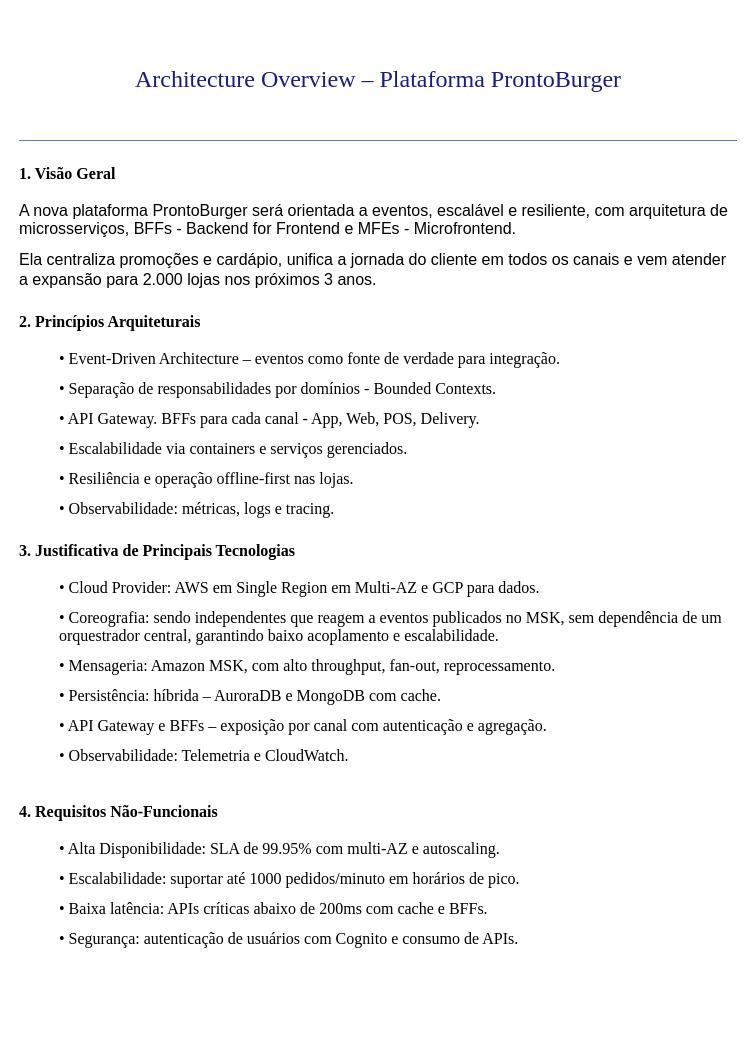
Rogpe-Prog/PBurger-Case keeps this draw.io diagram as page "PB - Doc. de Arq." (7 of 9) of Final-ProntoBurger.drawio.xml. Above is the earlier version. Source tidied: cells renumbered, new cells numbered last; positions are measured from the earlier drawing's top-left corner, leaving out a move shared by most shapes. Both pictures are drawn from the tidied source at 100%, with x=0, y=0 at pixel (17, 17).
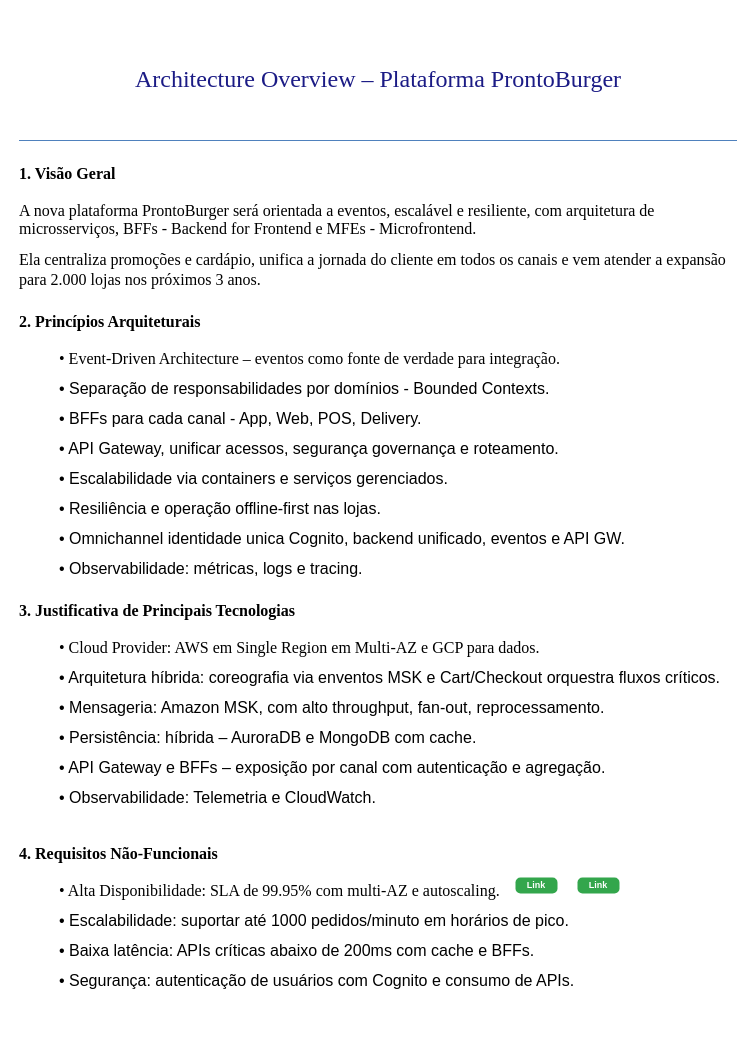
The same page after the edit.

What changed in the source:
```diff
@@
 <mxGraphModel>
   <root>
     <mxCell id="0" />
     <mxCell id="1" parent="0" />
-    <mxCell id="2" value="&lt;div style=&quot;mso-element:para-border-div;border:none;border-bottom:solid #4F81BD 1.0pt;&lt;br/&gt;mso-border-bottom-themecolor:accent1;padding:0cm 0cm 4.0pt 0cm&quot;&gt;&lt;br&gt;&lt;br&gt;&lt;p style=&quot;text-align: center;&quot; class=&quot;MsoTitle&quot;&gt;&lt;span style=&quot;font-family: &amp;quot;Times New Roman&amp;quot;, serif;&quot;&gt;&lt;font style=&quot;font-size: 24px;&quot; color=&quot;#1b1b85&quot;&gt;Architecture Overview – Plataforma ProntoBurger&lt;/font&gt;&lt;/span&gt;&lt;/p&gt;&lt;br&gt;&lt;br&gt;&lt;/div&gt;&lt;h1&gt;&lt;span style=&quot;font-size:12.0pt;line-height:115%;font-family:&amp;quot;Times New Roman&amp;quot;,serif;&lt;br/&gt;mso-ansi-language:PT-BR&quot;&gt;1. Visão Geral&lt;/span&gt;&lt;/h1&gt;&lt;p class=&quot;MsoNormal&quot;&gt;&lt;span style=&quot;font-size:12.0pt;line-height:115%;font-family:&lt;br/&gt;&amp;quot;Times New Roman&amp;quot;,serif;mso-ansi-language:PT-BR&quot;&gt;A nova plataforma ProntoBurger&amp;nbsp;será orientada a eventos, escalável e resiliente, com arquitetura de&lt;br&gt;microsserviços, BFFs - Backend for Frontend e MFEs - Microfrontend.&amp;nbsp;&lt;/span&gt;&lt;/p&gt;&lt;p class=&quot;MsoNormal&quot;&gt;&lt;span style=&quot;font-size:12.0pt;line-height:115%;font-family:&lt;br/&gt;&amp;quot;Times New Roman&amp;quot;,serif;mso-ansi-language:PT-BR&quot;&gt;Ela&amp;nbsp;centraliza promoções e cardápio,&amp;nbsp;&lt;/span&gt;&lt;span style=&quot;font-size: 12pt; background-color: initial;&quot;&gt;unifica a jornada do cliente em todos os&amp;nbsp;&lt;/span&gt;&lt;span style=&quot;font-size: 12pt; background-color: initial;&quot;&gt;canais e vem atender a expansão para 2.000 lojas nos próximos 3 anos.&lt;/span&gt;&lt;/p&gt;&lt;h1&gt;&lt;span style=&quot;font-size:12.0pt;line-height:115%;font-family:&amp;quot;Times New Roman&amp;quot;,serif;&lt;br/&gt;mso-ansi-language:PT-BR&quot;&gt;2. Princípios Arquiteturais&lt;/span&gt;&lt;/h1&gt;&lt;blockquote style=&quot;margin: 0 0 0 40px; border: none; padding: 0px;&quot;&gt;&lt;p class=&quot;MsoNormal&quot; style=&quot;margin-bottom:0cm;line-height:normal&quot;&gt;&lt;span style=&quot;font-size:12.0pt;font-family:&amp;quot;Times New Roman&amp;quot;,serif;mso-ansi-language:&lt;br/&gt;PT-BR&quot;&gt;• Event-Driven Architecture – eventos como fonte de verdade para&amp;nbsp;integração.&lt;/span&gt;&lt;/p&gt;&lt;p class=&quot;MsoNormal&quot; style=&quot;margin-bottom:0cm;line-height:normal&quot;&gt;&lt;span style=&quot;font-size:12.0pt;font-family:&amp;quot;Times New Roman&amp;quot;,serif;mso-ansi-language:&lt;br/&gt;PT-BR&quot;&gt;• Separação de responsabilidades por domínios - Bounded Contexts.&lt;/span&gt;&lt;/p&gt;&lt;p class=&quot;MsoNormal&quot; style=&quot;margin-bottom:0cm;line-height:normal&quot;&gt;&lt;span style=&quot;font-size:12.0pt;font-family:&amp;quot;Times New Roman&amp;quot;,serif;mso-ansi-language:&lt;br/&gt;PT-BR&quot;&gt;• API Gateway. BFFs para cada canal - App, Web, POS, Delivery.&lt;/span&gt;&lt;/p&gt;&lt;p class=&quot;MsoNormal&quot; style=&quot;margin-bottom:0cm;line-height:normal&quot;&gt;&lt;span style=&quot;font-size:12.0pt;font-family:&amp;quot;Times New Roman&amp;quot;,serif;mso-ansi-language:&lt;br/&gt;PT-BR&quot;&gt;• Escalabilidade via containers e serviços gerenciados.&lt;/span&gt;&lt;/p&gt;&lt;p class=&quot;MsoNormal&quot; style=&quot;margin-bottom:0cm;line-height:normal&quot;&gt;&lt;span style=&quot;font-size:12.0pt;font-family:&amp;quot;Times New Roman&amp;quot;,serif;mso-ansi-language:&lt;br/&gt;PT-BR&quot;&gt;• Resiliência e operação offline-first nas lojas.&lt;/span&gt;&lt;/p&gt;&lt;p class=&quot;MsoNormal&quot; style=&quot;margin-bottom:0cm;line-height:normal&quot;&gt;&lt;span style=&quot;font-size:12.0pt;font-family:&amp;quot;Times New Roman&amp;quot;,serif;mso-ansi-language:&lt;br/&gt;PT-BR&quot;&gt;• Observabilidade: métricas, logs e tracing.&lt;/span&gt;&lt;/p&gt;&lt;/blockquote&gt;&lt;h1&gt;&lt;span style=&quot;font-size:12.0pt;line-height:115%;font-family:&amp;quot;Times New Roman&amp;quot;,serif;&lt;br/&gt;mso-ansi-language:PT-BR&quot;&gt;3. Justificativa de Principais Tecnologias&lt;/span&gt;&lt;/h1&gt;&lt;blockquote style=&quot;margin: 0 0 0 40px; border: none; padding: 0px;&quot;&gt;&lt;p class=&quot;MsoNormal&quot; style=&quot;margin-bottom:0cm;line-height:normal&quot;&gt;&lt;span style=&quot;font-size:12.0pt;font-family:&amp;quot;Times New Roman&amp;quot;,serif;mso-ansi-language:&lt;br/&gt;PT-BR&quot;&gt;• Cloud Provider: AWS em Single Region em Multi-AZ e GCP para dados.&lt;/span&gt;&lt;/p&gt;&lt;p class=&quot;MsoNormal&quot; style=&quot;margin-bottom:0cm;line-height:normal&quot;&gt;&lt;span style=&quot;font-family: &amp;quot;Times New Roman&amp;quot;, serif; font-size: 16px;&quot;&gt;•&amp;nbsp;&lt;/span&gt;&lt;span style=&quot;font-family: &amp;quot;Times New Roman&amp;quot;, serif; font-size: 16px;&quot;&gt;Coreografia: sendo independentes que reagem a eventos publicados no MSK, sem dependência de um orquestrador central, garantindo baixo acoplamento e escalabilidade.&lt;/span&gt;&lt;span style=&quot;font-family: &amp;quot;Times New Roman&amp;quot;, serif; font-size: 16px;&quot;&gt;&amp;nbsp;&lt;/span&gt;&lt;span style=&quot;font-size:12.0pt;font-family:&amp;quot;Times New Roman&amp;quot;,serif;mso-ansi-language:&lt;br/&gt;PT-BR&quot;&gt;&lt;br&gt;&lt;/span&gt;&lt;/p&gt;&lt;p class=&quot;MsoNormal&quot; style=&quot;margin-bottom:0cm;line-height:normal&quot;&gt;&lt;span lang=&quot;EN-US&quot; style=&quot;font-size:12.0pt;font-family:&amp;quot;Times New Roman&amp;quot;,serif&quot;&gt;•&amp;nbsp;Mensageria: Amazon MSK, com alto throughput, fan-out, reprocessamento.&lt;/span&gt;&lt;/p&gt;&lt;p class=&quot;MsoNormal&quot; style=&quot;margin-bottom:0cm;line-height:normal&quot;&gt;&lt;span style=&quot;font-size:12.0pt;font-family:&amp;quot;Times New Roman&amp;quot;,serif;mso-ansi-language:&lt;br/&gt;PT-BR&quot;&gt;• Persistência: híbrida – AuroraDB e MongoDB com cache.&lt;/span&gt;&lt;/p&gt;&lt;p class=&quot;MsoNormal&quot; style=&quot;margin-bottom:0cm;line-height:normal&quot;&gt;&lt;span style=&quot;font-size:12.0pt;font-family:&amp;quot;Times New Roman&amp;quot;,serif;mso-ansi-language:&lt;br/&gt;PT-BR&quot;&gt;• API Gateway e BFFs – exposição por canal com autenticação e agregação.&lt;/span&gt;&lt;/p&gt;&lt;p class=&quot;MsoNormal&quot; style=&quot;margin-bottom:0cm;line-height:normal&quot;&gt;&lt;span style=&quot;font-size:12.0pt;font-family:&amp;quot;Times New Roman&amp;quot;,serif;mso-ansi-language:&lt;br/&gt;PT-BR&quot;&gt;• Observabilidade: Telemetria e CloudWatch.&amp;nbsp;&lt;/span&gt;&lt;/p&gt;&lt;/blockquote&gt;&lt;br&gt;&lt;h1&gt;&lt;span style=&quot;font-size:12.0pt;line-height:115%;font-family:&amp;quot;Times New Roman&amp;quot;,serif;&lt;br/&gt;mso-ansi-language:PT-BR&quot;&gt;4. Requisitos Não-Funcionais&lt;/span&gt;&lt;/h1&gt;&lt;blockquote style=&quot;margin: 0 0 0 40px; border: none; padding: 0px;&quot;&gt;&lt;p class=&quot;MsoNormal&quot; style=&quot;margin-bottom:0cm;line-height:normal&quot;&gt;&lt;span style=&quot;font-size:12.0pt;font-family:&amp;quot;Times New Roman&amp;quot;,serif;mso-ansi-language:&lt;br/&gt;PT-BR&quot;&gt;• Alta Disponibilidade: SLA de 99.95% com multi-AZ e autoscaling.&lt;/span&gt;&lt;/p&gt;&lt;p class=&quot;MsoNormal&quot; style=&quot;margin-bottom:0cm;line-height:normal&quot;&gt;&lt;span style=&quot;font-size:12.0pt;font-family:&amp;quot;Times New Roman&amp;quot;,serif;mso-ansi-language:&lt;br/&gt;PT-BR&quot;&gt;• Escalabilidade: suportar até 1000 pedidos/minuto em horários de pico.&lt;/span&gt;&lt;/p&gt;&lt;p class=&quot;MsoNormal&quot; style=&quot;margin-bottom:0cm;line-height:normal&quot;&gt;&lt;span style=&quot;font-size:12.0pt;font-family:&amp;quot;Times New Roman&amp;quot;,serif;mso-ansi-language:&lt;br/&gt;PT-BR&quot;&gt;• Baixa latência: APIs críticas abaixo de 200ms com cache e BFFs.&lt;/span&gt;&lt;/p&gt;&lt;p class=&quot;MsoNormal&quot; style=&quot;margin-bottom:0cm;line-height:normal&quot;&gt;&lt;span style=&quot;font-size:12.0pt;font-family:&amp;quot;Times New Roman&amp;quot;,serif;mso-ansi-language:&lt;br/&gt;PT-BR&quot;&gt;• Segurança: autenticação de usuários com Cognito e consumo de APIs&lt;/span&gt;&lt;span style=&quot;font-family: &amp;quot;Times New Roman&amp;quot;, serif; font-size: 12pt; background-color: initial;&quot;&gt;.&lt;/span&gt;&lt;/p&gt;&lt;/blockquote&gt;" style="text;html=1;align=left;verticalAlign=top;whiteSpace=wrap;rounded=0;fillColor=default;" parent="1" vertex="1">
-      <mxGeometry width="720" height="960" as="geometry" />
+    <mxCell id="2" value="&lt;div style=&quot;mso-element:para-border-div;border:none;border-bottom:solid #4F81BD 1.0pt;&lt;br/&gt;mso-border-bottom-themecolor:accent1;padding:0cm 0cm 4.0pt 0cm&quot;&gt;&lt;br&gt;&lt;br&gt;&lt;p style=&quot;text-align: center;&quot; class=&quot;MsoTitle&quot;&gt;&lt;font face=&quot;Times New Roman&quot; style=&quot;font-size: 24px;&quot; color=&quot;#1b1b85&quot;&gt;Architecture Overview – Plataforma ProntoBurger&lt;/font&gt;&lt;/p&gt;&lt;br&gt;&lt;br&gt;&lt;/div&gt;&lt;h1&gt;&lt;span style=&quot;font-size:12.0pt;line-height:115%;font-family:&amp;quot;Times New Roman&amp;quot;,serif;&lt;br/&gt;mso-ansi-language:PT-BR&quot;&gt;1. Visão Geral&lt;/span&gt;&lt;/h1&gt;&lt;p class=&quot;MsoNormal&quot;&gt;&lt;span style=&quot;font-size:12.0pt;line-height:115%;font-family:&lt;br/&gt;&amp;quot;Times New Roman&amp;quot;,serif;mso-ansi-language:PT-BR&quot;&gt;&lt;font face=&quot;Times New Roman&quot;&gt;A nova plataforma ProntoBurger&amp;nbsp;será orientada a eventos, escalável e resiliente, com arquitetura de&lt;br&gt;microsserviços, BFFs - Backend for Frontend e MFEs - Microfrontend.&amp;nbsp;&lt;/font&gt;&lt;/span&gt;&lt;/p&gt;&lt;p class=&quot;MsoNormal&quot;&gt;&lt;font face=&quot;Times New Roman&quot;&gt;&lt;span style=&quot;font-size:12.0pt;line-height:115%;font-family:&lt;br/&gt;&amp;quot;Times New Roman&amp;quot;,serif;mso-ansi-language:PT-BR&quot;&gt;Ela&amp;nbsp;centraliza promoções e cardápio,&amp;nbsp;&lt;/span&gt;&lt;span style=&quot;font-size: 12pt; background-color: initial;&quot;&gt;unifica a jornada do cliente em todos os&amp;nbsp;&lt;/span&gt;&lt;span style=&quot;font-size: 12pt; background-color: initial;&quot;&gt;canais e vem atender a expansão para 2.000 lojas nos próximos 3 anos.&lt;/span&gt;&lt;/font&gt;&lt;/p&gt;&lt;h1&gt;&lt;span style=&quot;font-size:12.0pt;line-height:115%;font-family:&amp;quot;Times New Roman&amp;quot;,serif;&lt;br/&gt;mso-ansi-language:PT-BR&quot;&gt;2. Princípios Arquiteturais&lt;/span&gt;&lt;/h1&gt;&lt;blockquote style=&quot;margin: 0 0 0 40px; border: none; padding: 0px;&quot;&gt;&lt;p class=&quot;MsoNormal&quot; style=&quot;margin-bottom:0cm;line-height:normal&quot;&gt;&lt;span style=&quot;font-size: 12pt;&quot;&gt;&lt;font face=&quot;Times New Roman&quot;&gt;• Event-Driven Architecture – eventos como fonte de verdade para&amp;nbsp;integração.&lt;/font&gt;&lt;/span&gt;&lt;/p&gt;&lt;p class=&quot;MsoNormal&quot; style=&quot;margin-bottom:0cm;line-height:normal&quot;&gt;&lt;span style=&quot;font-size: 12pt;&quot;&gt;&lt;font face=&quot;nCUvJubYlumdIiB8QYgP&quot;&gt;• Separação de responsabilidades por domínios - Bounded Contexts.&lt;/font&gt;&lt;/span&gt;&lt;/p&gt;&lt;p class=&quot;MsoNormal&quot; style=&quot;margin-bottom:0cm;line-height:normal&quot;&gt;&lt;span style=&quot;font-size: 12pt;&quot;&gt;&lt;font face=&quot;nCUvJubYlumdIiB8QYgP&quot;&gt;• BFFs para cada canal - App, Web, POS, Delivery.&lt;/font&gt;&lt;/span&gt;&lt;/p&gt;&lt;p class=&quot;MsoNormal&quot; style=&quot;margin-bottom:0cm;line-height:normal&quot;&gt;&lt;span style=&quot;font-family: nCUvJubYlumdIiB8QYgP; font-size: 16px;&quot;&gt;• API Gateway, unificar acessos, segurança governança e roteamento.&lt;/span&gt;&lt;span style=&quot;font-size: 12pt;&quot;&gt;&lt;font face=&quot;nCUvJubYlumdIiB8QYgP&quot;&gt;&lt;br&gt;&lt;/font&gt;&lt;/span&gt;&lt;/p&gt;&lt;p class=&quot;MsoNormal&quot; style=&quot;margin-bottom:0cm;line-height:normal&quot;&gt;&lt;span style=&quot;font-size: 12pt;&quot;&gt;&lt;font face=&quot;nCUvJubYlumdIiB8QYgP&quot;&gt;• Escalabilidade via containers e serviços gerenciados.&lt;/font&gt;&lt;/span&gt;&lt;/p&gt;&lt;p class=&quot;MsoNormal&quot; style=&quot;margin-bottom:0cm;line-height:normal&quot;&gt;&lt;span style=&quot;font-size: 12pt;&quot;&gt;&lt;font face=&quot;nCUvJubYlumdIiB8QYgP&quot;&gt;• Resiliência e operação offline-first nas lojas.&lt;/font&gt;&lt;/span&gt;&lt;/p&gt;&lt;p class=&quot;MsoNormal&quot; style=&quot;margin-bottom:0cm;line-height:normal&quot;&gt;&lt;font face=&quot;nCUvJubYlumdIiB8QYgP&quot;&gt;&lt;span style=&quot;font-size: 16px;&quot;&gt;• Omnichannel identidade unica Cognito, backend unificado, eventos e API GW.&lt;/span&gt;&lt;span style=&quot;font-size: 12pt;&quot;&gt;&lt;br&gt;&lt;/span&gt;&lt;/font&gt;&lt;/p&gt;&lt;p class=&quot;MsoNormal&quot; style=&quot;margin-bottom:0cm;line-height:normal&quot;&gt;&lt;span style=&quot;font-size: 12pt;&quot;&gt;&lt;font face=&quot;nCUvJubYlumdIiB8QYgP&quot;&gt;• Observabilidade: métricas, logs e tracing.&lt;/font&gt;&lt;/span&gt;&lt;/p&gt;&lt;/blockquote&gt;&lt;h1&gt;&lt;span style=&quot;font-size:12.0pt;line-height:115%;font-family:&amp;quot;Times New Roman&amp;quot;,serif;&lt;br/&gt;mso-ansi-language:PT-BR&quot;&gt;3. Justificativa de Principais Tecnologias&lt;/span&gt;&lt;/h1&gt;&lt;blockquote style=&quot;margin: 0 0 0 40px; border: none; padding: 0px;&quot;&gt;&lt;p class=&quot;MsoNormal&quot; style=&quot;margin-bottom:0cm;line-height:normal&quot;&gt;&lt;span style=&quot;font-size: 12pt;&quot;&gt;&lt;font face=&quot;Times New Roman&quot;&gt;• Cloud Provider: AWS em Single Region em Multi-AZ e GCP para dados.&lt;/font&gt;&lt;/span&gt;&lt;/p&gt;&lt;p class=&quot;MsoNormal&quot; style=&quot;margin-bottom:0cm;line-height:normal&quot;&gt;&lt;font face=&quot;kUVHQzFWj4FmgqV7U_yU&quot;&gt;&lt;span style=&quot;font-size: 16px;&quot;&gt;• Arquitetura híbrida: c&lt;/span&gt;&lt;span style=&quot;font-size: 16px;&quot;&gt;oreografia via enventos MSK e Cart/Checkout orquestra fluxos críticos.&lt;/span&gt;&lt;span style=&quot;font-size: 16px;&quot;&gt;&amp;nbsp;&lt;/span&gt;&lt;span style=&quot;font-size: 12pt;&quot;&gt;&lt;br&gt;&lt;/span&gt;&lt;/font&gt;&lt;/p&gt;&lt;p class=&quot;MsoNormal&quot; style=&quot;margin-bottom:0cm;line-height:normal&quot;&gt;&lt;span lang=&quot;EN-US&quot; style=&quot;font-size: 12pt;&quot;&gt;&lt;font face=&quot;kUVHQzFWj4FmgqV7U_yU&quot;&gt;•&amp;nbsp;Mensageria: Amazon MSK, com alto throughput, fan-out, reprocessamento.&lt;/font&gt;&lt;/span&gt;&lt;/p&gt;&lt;p class=&quot;MsoNormal&quot; style=&quot;margin-bottom:0cm;line-height:normal&quot;&gt;&lt;span style=&quot;font-size: 12pt;&quot;&gt;&lt;font face=&quot;kUVHQzFWj4FmgqV7U_yU&quot;&gt;• Persistência: híbrida – AuroraDB e MongoDB com cache.&lt;/font&gt;&lt;/span&gt;&lt;/p&gt;&lt;p class=&quot;MsoNormal&quot; style=&quot;margin-bottom:0cm;line-height:normal&quot;&gt;&lt;span style=&quot;font-size: 12pt;&quot;&gt;&lt;font face=&quot;kUVHQzFWj4FmgqV7U_yU&quot;&gt;• API Gateway e BFFs – exposição por canal com autenticação e agregação.&lt;/font&gt;&lt;/span&gt;&lt;/p&gt;&lt;p class=&quot;MsoNormal&quot; style=&quot;margin-bottom:0cm;line-height:normal&quot;&gt;&lt;span style=&quot;font-size: 12pt;&quot;&gt;&lt;font face=&quot;kUVHQzFWj4FmgqV7U_yU&quot;&gt;• Observabilidade: Telemetria e CloudWatch.&amp;nbsp;&lt;/font&gt;&lt;/span&gt;&lt;/p&gt;&lt;/blockquote&gt;&lt;br&gt;&lt;h1&gt;&lt;span style=&quot;font-size:12.0pt;line-height:115%;font-family:&amp;quot;Times New Roman&amp;quot;,serif;&lt;br/&gt;mso-ansi-language:PT-BR&quot;&gt;4. Requisitos Não-Funcionais&lt;/span&gt;&lt;/h1&gt;&lt;blockquote style=&quot;margin: 0 0 0 40px; border: none; padding: 0px;&quot;&gt;&lt;p class=&quot;MsoNormal&quot; style=&quot;margin-bottom:0cm;line-height:normal&quot;&gt;&lt;span style=&quot;font-size: 12pt;&quot;&gt;&lt;font face=&quot;Times New Roman&quot;&gt;• Alta Disponibilidade: SLA de 99.95% com multi-AZ e autoscaling.&lt;/font&gt;&lt;/span&gt;&lt;/p&gt;&lt;p class=&quot;MsoNormal&quot; style=&quot;margin-bottom:0cm;line-height:normal&quot;&gt;&lt;span style=&quot;font-size: 12pt;&quot;&gt;&lt;font face=&quot;N1Jn3mXWnsWKWKcJPp0D&quot;&gt;• Escalabilidade: suportar até 1000 pedidos/minuto em horários de pico.&lt;/font&gt;&lt;/span&gt;&lt;/p&gt;&lt;p class=&quot;MsoNormal&quot; style=&quot;margin-bottom:0cm;line-height:normal&quot;&gt;&lt;span style=&quot;font-size: 12pt;&quot;&gt;&lt;font face=&quot;N1Jn3mXWnsWKWKcJPp0D&quot;&gt;• Baixa latência: APIs críticas abaixo de 200ms com cache e BFFs.&lt;/font&gt;&lt;/span&gt;&lt;/p&gt;&lt;p class=&quot;MsoNormal&quot; style=&quot;margin-bottom:0cm;line-height:normal&quot;&gt;&lt;font face=&quot;N1Jn3mXWnsWKWKcJPp0D&quot;&gt;&lt;span style=&quot;font-size: 12pt;&quot;&gt;• Segurança: autenticação de usuários com Cognito e consumo de APIs&lt;/span&gt;&lt;span style=&quot;font-size: 12pt; background-color: initial;&quot;&gt;.&lt;/span&gt;&lt;/font&gt;&lt;/p&gt;&lt;/blockquote&gt;" style="text;html=1;align=left;verticalAlign=top;whiteSpace=wrap;rounded=0;fillColor=default;" parent="1" vertex="1">
+      <mxGeometry width="720" height="1010" as="geometry" />
     </mxCell>
+    <mxCell id="3" value="Link" style="html=1;shadow=0;dashed=0;shape=mxgraph.bootstrap.rrect;rSize=5;strokeColor=none;strokeWidth=1;fillColor=#33A64C;fontColor=#FFFFFF;whiteSpace=wrap;align=center;verticalAlign=middle;spacingLeft=0;fontStyle=1;fontSize=9;spacing=5;" parent="1" vertex="1">
+      <mxGeometry x="498" y="860" width="42" height="16" as="geometry" />
+    </mxCell>
+    <mxCell id="4" value="Link" style="html=1;shadow=0;dashed=0;shape=mxgraph.bootstrap.rrect;rSize=5;strokeColor=none;strokeWidth=1;fillColor=#33A64C;fontColor=#FFFFFF;whiteSpace=wrap;align=center;verticalAlign=middle;spacingLeft=0;fontStyle=1;fontSize=9;spacing=5;" parent="1" vertex="1">
+      <mxGeometry x="560" y="860" width="42" height="16" as="geometry" />
+    </mxCell>
   </root>
 </mxGraphModel>
```
